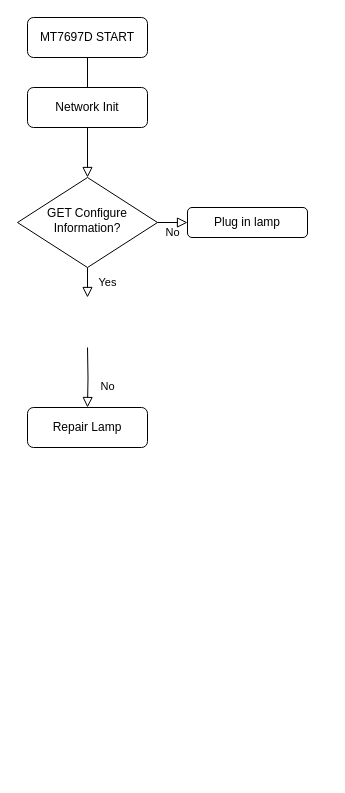
zjh6607476/drawing keeps this draw.io diagram as WIFI通用联网方案--软件启动流程.drawio. Above is the earlier version. Source tidied: cells renumbered, new cells numbered last; positions are measured from the earlier drawing's top-left corner, leaving out a move shared by most shapes. Both pictures are drawn from the tidied source at 100%, with x=0, y=0 at pixel (17, 17).
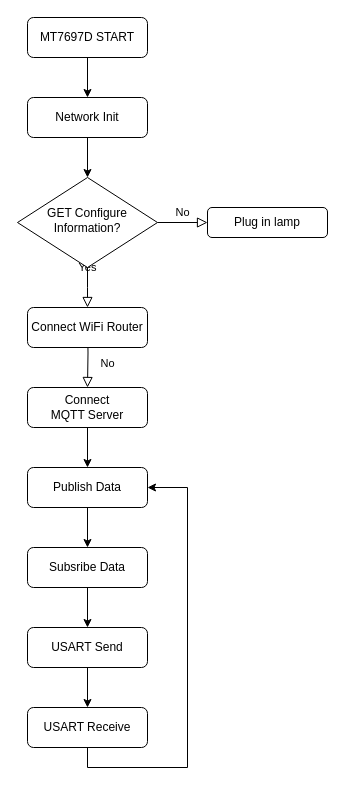
The same diagram, later.

Commit message (it also covers changes not shown here):
更新WIFI通用联网方案--软件启动流程.drawio

The change refers to these unchanged cells:
```xml
<mxCell id="3" value="MT7697D START" style="rounded=1;whiteSpace=wrap;html=1;fontSize=12;glass=0;strokeWidth=1;shadow=0;" parent="1" vertex="1">
  <mxGeometry x="10" width="120" height="40" as="geometry" />
</mxCell>
<mxCell id="6" value="GET Configure&lt;br&gt;Information?" style="rhombus;whiteSpace=wrap;html=1;shadow=0;fontFamily=Helvetica;fontSize=12;align=center;strokeWidth=1;spacing=6;spacingTop=-4;" parent="1" vertex="1">
  <mxGeometry y="160" width="140" height="90" as="geometry" />
</mxCell>
```

Change to the diagram source:
```diff
@@
-    <mxCell id="2" style="rounded=0;html=1;jettySize=auto;fontSize=11;endArrow=block;endFill=0;endSize=8;strokeWidth=1;shadow=0;labelBackgroundColor=none;edgeStyle=orthogonalEdgeStyle;" parent="1" edge="1" source="3" target="6">
-      <mxGeometry relative="1" as="geometry" />
-    </mxCell>
+    <mxCell id="11" style="edgeStyle=orthogonalEdgeStyle;rounded=0;jettySize=auto;html=1;exitX=0.5;exitY=1;exitDx=0;exitDy=0;entryX=0.5;entryY=0;entryDx=0;entryDy=0;" parent="1" edge="1" source="3" target="10">
+      <mxGeometry relative="1" as="geometry" />
+    </mxCell>
@@
     <mxCell id="4" value="Yes" style="rounded=0;html=1;jettySize=auto;fontSize=11;endArrow=block;endFill=0;endSize=8;strokeWidth=1;shadow=0;labelBackgroundColor=none;edgeStyle=orthogonalEdgeStyle;" parent="1" edge="1" source="6">
       <mxGeometry y="20" relative="1" as="geometry">
-        <mxPoint x="70" y="280" as="targetPoint" />
+        <mxPoint x="70" y="290" as="targetPoint" />
       </mxGeometry>
     </mxCell>
@@
     <mxCell id="7" value="Plug in lamp" style="rounded=1;whiteSpace=wrap;html=1;fontSize=12;glass=0;strokeWidth=1;shadow=0;" parent="1" vertex="1">
-      <mxGeometry x="170" y="190" width="120" height="30" as="geometry" />
+      <mxGeometry x="190" y="190" width="120" height="30" as="geometry" />
     </mxCell>
     <mxCell id="8" value="No" style="rounded=0;html=1;jettySize=auto;fontSize=11;endArrow=block;endFill=0;endSize=8;strokeWidth=1;shadow=0;labelBackgroundColor=none;edgeStyle=orthogonalEdgeStyle;" parent="1" edge="1" target="9">
       <mxGeometry x="0.33" y="20" relative="1" as="geometry">
-        <mxPoint x="70" y="330" as="sourcePoint" />
+        <mxPoint x="70" y="300" as="sourcePoint" />
       </mxGeometry>
     </mxCell>
+    <mxCell id="12" style="edgeStyle=orthogonalEdgeStyle;rounded=0;jettySize=auto;html=1;exitX=0.5;exitY=1;exitDx=0;exitDy=0;entryX=0.5;entryY=0;entryDx=0;entryDy=0;" parent="1" edge="1" source="9" target="16">
+      <mxGeometry relative="1" as="geometry" />
+    </mxCell>
-    <mxCell id="9" value="Repair Lamp" style="rounded=1;whiteSpace=wrap;html=1;fontSize=12;glass=0;strokeWidth=1;shadow=0;" parent="1" vertex="1">
-      <mxGeometry x="10" y="390" width="120" height="40" as="geometry" />
+    <mxCell id="9" value="Connect &lt;br&gt;MQTT Server" style="rounded=1;whiteSpace=wrap;html=1;fontSize=12;glass=0;strokeWidth=1;shadow=0;" parent="1" vertex="1">
+      <mxGeometry x="10" y="370" width="120" height="40" as="geometry" />
     </mxCell>
+    <mxCell id="13" style="edgeStyle=orthogonalEdgeStyle;rounded=0;jettySize=auto;html=1;exitX=0.5;exitY=1;exitDx=0;exitDy=0;entryX=0.5;entryY=0;entryDx=0;entryDy=0;" parent="1" edge="1" source="10" target="6">
+      <mxGeometry relative="1" as="geometry" />
+    </mxCell>
     <mxCell id="10" value="Network Init" style="rounded=1;whiteSpace=wrap;html=1;fontSize=12;glass=0;strokeWidth=1;shadow=0;" parent="1" vertex="1">
-      <mxGeometry x="10" y="70" width="120" height="40" as="geometry" />
+      <mxGeometry x="10" y="80" width="120" height="40" as="geometry" />
     </mxCell>
+    <mxCell id="14" value="Connect WiFi Router" style="rounded=1;whiteSpace=wrap;html=1;fontSize=12;glass=0;strokeWidth=1;shadow=0;" parent="1" vertex="1">
+      <mxGeometry x="10" y="290" width="120" height="40" as="geometry" />
+    </mxCell>
+    <mxCell id="15" style="edgeStyle=orthogonalEdgeStyle;rounded=0;jettySize=auto;html=1;exitX=0.5;exitY=1;exitDx=0;exitDy=0;entryX=0.5;entryY=0;entryDx=0;entryDy=0;" parent="1" edge="1" source="16" target="18">
+      <mxGeometry relative="1" as="geometry" />
+    </mxCell>
+    <mxCell id="16" value="Publish Data" style="rounded=1;whiteSpace=wrap;html=1;fontSize=12;glass=0;strokeWidth=1;shadow=0;" parent="1" vertex="1">
+      <mxGeometry x="10" y="450" width="120" height="40" as="geometry" />
+    </mxCell>
+    <mxCell id="17" style="edgeStyle=orthogonalEdgeStyle;rounded=0;jettySize=auto;html=1;exitX=0.5;exitY=1;exitDx=0;exitDy=0;entryX=0.5;entryY=0;entryDx=0;entryDy=0;" parent="1" edge="1" source="18" target="20">
+      <mxGeometry relative="1" as="geometry" />
+    </mxCell>
+    <mxCell id="18" value="Subsribe Data" style="rounded=1;whiteSpace=wrap;html=1;fontSize=12;glass=0;strokeWidth=1;shadow=0;" parent="1" vertex="1">
+      <mxGeometry x="10" y="530" width="120" height="40" as="geometry" />
+    </mxCell>
+    <mxCell id="19" style="edgeStyle=orthogonalEdgeStyle;rounded=0;jettySize=auto;html=1;exitX=0.5;exitY=1;exitDx=0;exitDy=0;entryX=0.5;entryY=0;entryDx=0;entryDy=0;" parent="1" edge="1" source="20" target="22">
+      <mxGeometry relative="1" as="geometry" />
+    </mxCell>
+    <mxCell id="20" value="USART Send" style="rounded=1;whiteSpace=wrap;html=1;fontSize=12;glass=0;strokeWidth=1;shadow=0;" parent="1" vertex="1">
+      <mxGeometry x="10" y="610" width="120" height="40" as="geometry" />
+    </mxCell>
+    <mxCell id="21" style="edgeStyle=orthogonalEdgeStyle;rounded=0;jettySize=auto;html=1;exitX=0.5;exitY=1;exitDx=0;exitDy=0;entryX=1;entryY=0.5;entryDx=0;entryDy=0;" parent="1" edge="1" source="22" target="16">
+      <mxGeometry relative="1" as="geometry">
+        <Array as="points">
+          <mxPoint x="70" y="750" />
+          <mxPoint x="170" y="750" />
+          <mxPoint x="170" y="470" />
+        </Array>
+      </mxGeometry>
+    </mxCell>
+    <mxCell id="22" value="USART Receive" style="rounded=1;whiteSpace=wrap;html=1;fontSize=12;glass=0;strokeWidth=1;shadow=0;" parent="1" vertex="1">
+      <mxGeometry x="10" y="690" width="120" height="40" as="geometry" />
+    </mxCell>
```
